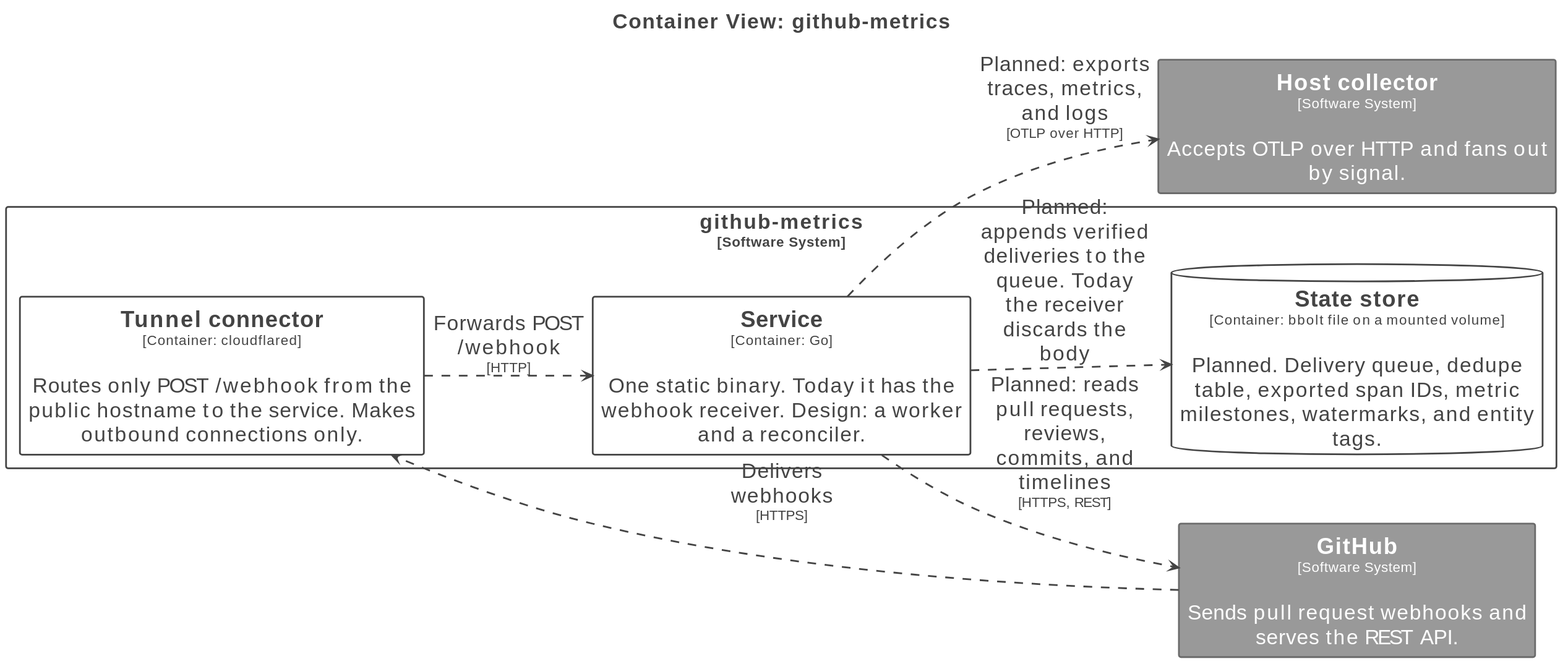
This is docs/architecture/diagrams/structurizr-Containers.svg from tbhb-dev/github-metrics, a PlantUML export, as it was before one commit.
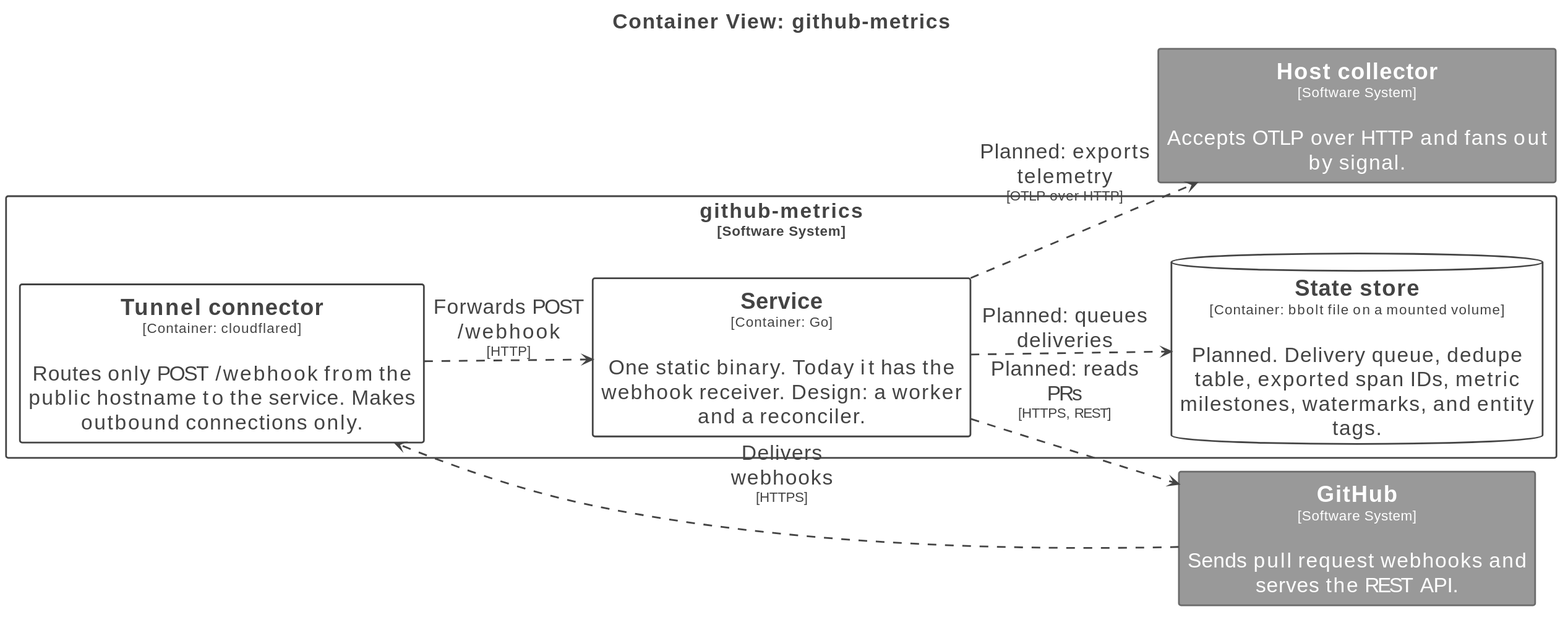
Later version of the same file.

The edit, as a diff of the source:
```diff
@@ -81,7 +81,7 @@
 
 GitHub --> githubmetrics.Tunnelconnector <<Relationship-UmVsYXRpb25zaGlw>> : "Delivers webhooks\n<size:16>[HTTPS]</size>"
 githubmetrics.Tunnelconnector --> githubmetrics.Service <<Relationship-UmVsYXRpb25zaGlw>> : "Forwards POST /webhook\n<size:16>[HTTP]</size>"
-githubmetrics.Service --> githubmetrics.Statestore <<Relationship-UmVsYXRpb25zaGlw>> : "Planned: appends verified deliveries to the queue. Today the receiver discards the body"
-githubmetrics.Service --> GitHub <<Relationship-UmVsYXRpb25zaGlw>> : "Planned: reads pull requests, reviews, commits, and timelines\n<size:16>[HTTPS, REST]</size>"
-githubmetrics.Service --> Hostcollector <<Relationship-UmVsYXRpb25zaGlw>> : "Planned: exports traces, metrics, and logs\n<size:16>[OTLP over HTTP]</size>"
+githubmetrics.Service --> githubmetrics.Statestore <<Relationship-UmVsYXRpb25zaGlw>> : "Planned: queues deliveries"
+githubmetrics.Service --> GitHub <<Relationship-UmVsYXRpb25zaGlw>> : "Planned: reads PRs\n<size:16>[HTTPS, REST]</size>"
+githubmetrics.Service --> Hostcollector <<Relationship-UmVsYXRpb25zaGlw>> : "Planned: exports telemetry\n<size:16>[OTLP over HTTP]</size>"
 @enduml
```
